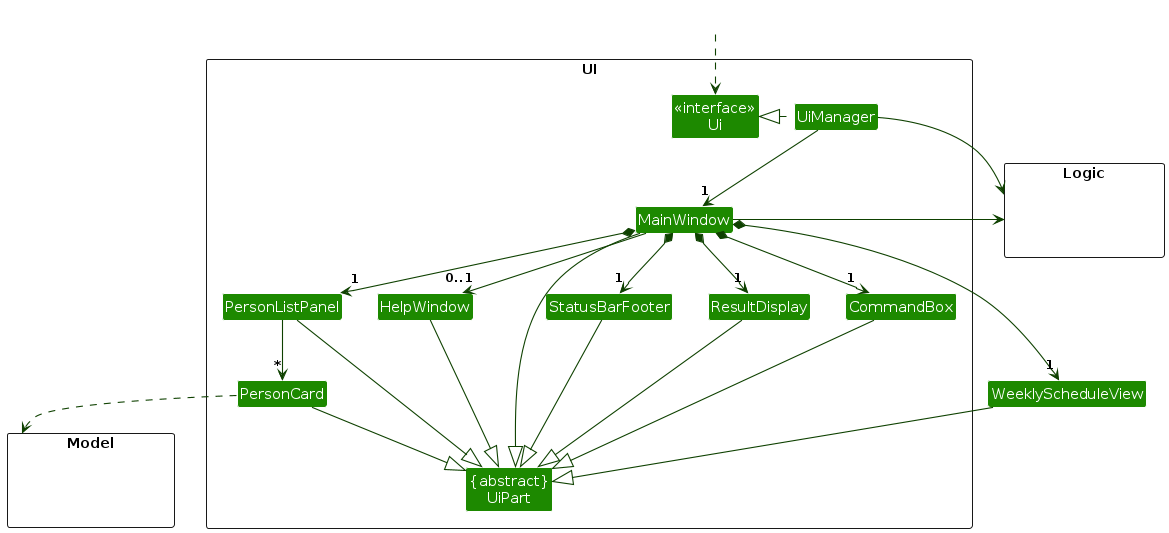
This is diagrams/UiClassDiagram.png from AY2324S2-CS2103-F15-4/tp, a PlantUML export, as it was before one commit. Its source is kept beside it as diagrams/UiClassDiagram.puml. The source it was exported from:
```plantuml
@startuml
!include style.puml
skinparam arrowThickness 1.1
skinparam arrowColor UI_COLOR_T4
skinparam classBackgroundColor UI_COLOR

package UI <<Rectangle>>{
Class "<<interface>>\nUi" as Ui
Class "{abstract}\nUiPart" as UiPart
Class UiManager
Class MainWindow
Class HelpWindow
Class ResultDisplay
Class PersonListPanel
Class PersonCard
Class StatusBarFooter
Class CommandBox
}

package Model <<Rectangle>> {
Class HiddenModel #FFFFFF
}

package Logic <<Rectangle>> {
Class HiddenLogic #FFFFFF
}

Class HiddenOutside #FFFFFF
HiddenOutside ..> Ui

UiManager .left.|> Ui
UiManager -down-> "1" MainWindow
MainWindow *-down-> "1" CommandBox
MainWindow *-down-> "1" ResultDisplay
MainWindow *-down-> "1" PersonListPanel
MainWindow *-down-> "1" StatusBarFooter
MainWindow *-down-> "1" WeeklyScheduleView
MainWindow --> "0..1" HelpWindow

PersonListPanel -down-> "*" PersonCard

MainWindow -left-|> UiPart

ResultDisplay --|> UiPart
CommandBox --|> UiPart
PersonListPanel --|> UiPart
PersonCard --|> UiPart
StatusBarFooter --|> UiPart
WeeklyScheduleView --|> UiPart
HelpWindow --|> UiPart

PersonCard ..> Model
UiManager -right-> Logic
MainWindow -left-> Logic

PersonListPanel -[hidden]left- HelpWindow
HelpWindow -[hidden]left- CommandBox
CommandBox -[hidden]left- ResultDisplay
ResultDisplay -[hidden]left- StatusBarFooter

MainWindow -[hidden]-|> UiPart
@enduml
```
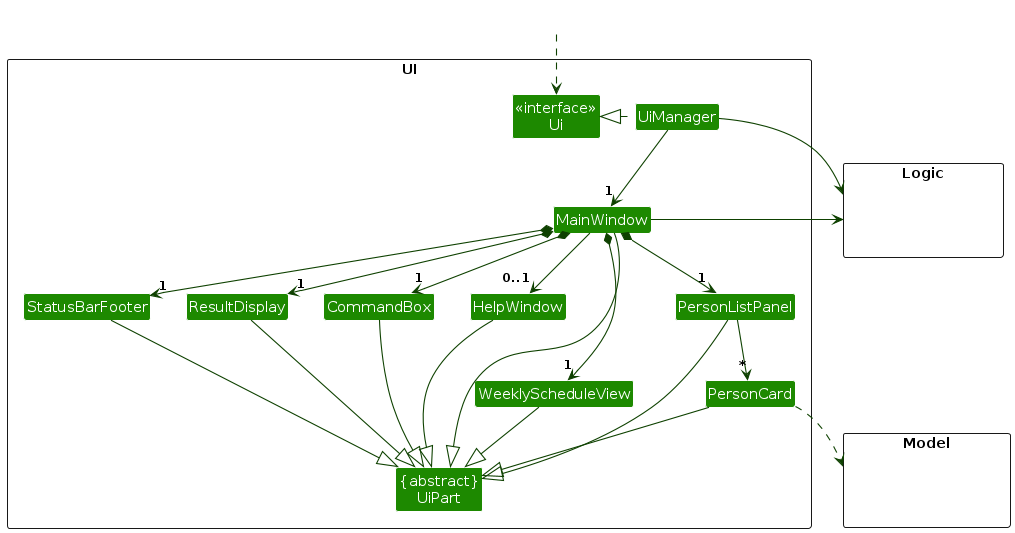
The same file after the commit.

Change to the diagram source:
```diff
@@ -14,6 +14,7 @@
 Class PersonListPanel
 Class PersonCard
 Class StatusBarFooter
+Class WeeklyScheduleView
 Class CommandBox
 }
 
```
